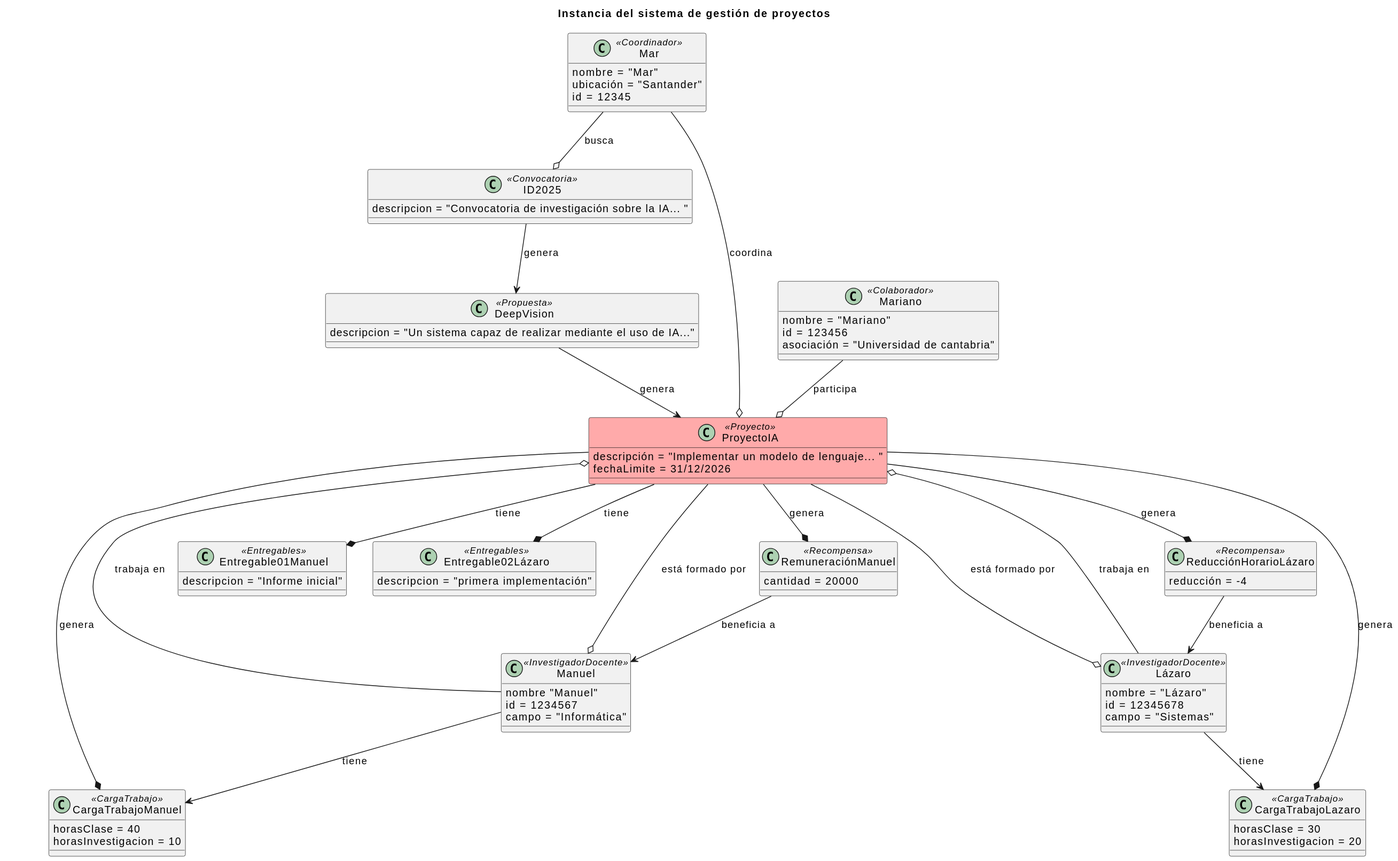
This is documentación/ModeloDelDominio/Imagenes/Objetos/ObjetosProyecto.svg from 31Diego/25-26-IdSw1-SdR, a PlantUML export, as it was before one commit.
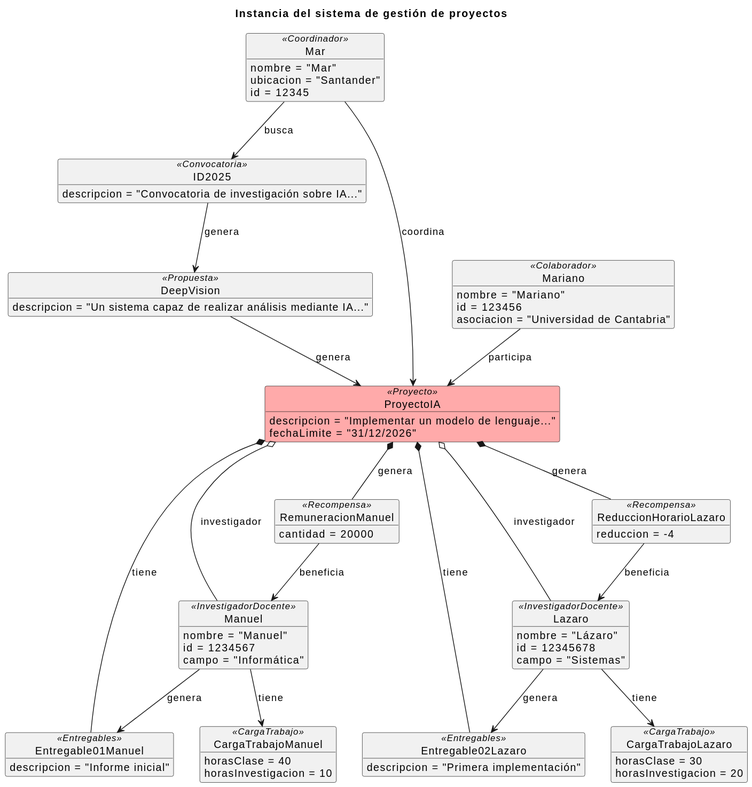
Later version of the same file.

Diff of the diagram source:
```diff
@@ -1,71 +1,65 @@
 @startuml
-title: Instancia del sistema de gestión de proyectos
+title Instancia del sistema de gestión de proyectos
 
-
-class ID2025 <<Convocatoria>> {
-    descripcion = "Convocatoria de investigación sobre la IA... "
+object ID2025 <<Convocatoria>> {
+    descripcion = "Convocatoria de investigación sobre IA..."
 }
 
-
-class DeepVision <<Propuesta>> {
-    descripcion = "Un sistema capaz de realizar mediante el uso de IA..."
+object DeepVision <<Propuesta>> {
+    descripcion = "Un sistema capaz de realizar análisis mediante IA..."
 }
 
-
-class ProyectoIA <<Proyecto>> #FFAAAA{
-    descripción = "Implementar un modelo de lenguaje... "
-    fechaLimite = 31/12/2026
+object ProyectoIA <<Proyecto>> #FFAAAA {
+    descripcion = "Implementar un modelo de lenguaje..."
+    fechaLimite = "31/12/2026"
 }
 
-
-class Manuel <<InvestigadorDocente>> {
-    nombre "Manuel"
+object Manuel <<InvestigadorDocente>> {
+    nombre = "Manuel"
     id = 1234567
     campo = "Informática"
 }
 
-class Lázaro <<InvestigadorDocente>> {
+object Lazaro <<InvestigadorDocente>> {
     nombre = "Lázaro"
     id = 12345678
     campo = "Sistemas"
 }
 
-class Mar <<Coordinador>> {
+object Mar <<Coordinador>> {
     nombre = "Mar"
-    ubicación = "Santander"
+    ubicacion = "Santander"
     id = 12345
 }
 
-class Mariano <<Colaborador>> {
+object Mariano <<Colaborador>> {
     nombre = "Mariano"
     id = 123456
-    asociación = "Universidad de cantabria"
+    asociacion = "Universidad de Cantabria"
 }
 
-
-class Entregable01Manuel <<Entregables>> {
+object Entregable01Manuel <<Entregables>> {
     descripcion = "Informe inicial"
 }
 
-class Entregable02Lázaro <<Entregables>> {
-    descripcion = "primera implementación"
+object Entregable02Lazaro <<Entregables>> {
+    descripcion = "Primera implementación"
 }
 
-
-class RemuneraciónManuel <<Recompensa>> {
+object RemuneracionManuel <<Recompensa>> {
     cantidad = 20000
 }
 
-class ReducciónHorarioLázaro <<Recompensa>>{
-    reducción = -4
+object ReduccionHorarioLazaro <<Recompensa>> {
+    reduccion = -4
 }
 
-class CargaTrabajoManuel <<CargaTrabajo>>{
+object CargaTrabajoManuel <<CargaTrabajo>> {
     horasClase = 40
     horasInvestigacion = 10
 }
 
-class CargaTrabajoLazaro <<CargaTrabajo>>{
+object CargaTrabajoLazaro <<CargaTrabajo>> {
     horasClase = 30
     horasInvestigacion = 20
 }
@@ -74,30 +68,25 @@
 ID2025 --> DeepVision : genera
 DeepVision --> ProyectoIA : genera
 
+ProyectoIA o-- Manuel : investigador
+ProyectoIA o-- Lazaro : investigador
 
-ProyectoIA --o Manuel : está formado por
-ProyectoIA --o Lázaro : está formado por
-ProyectoIA --* Entregable01Manuel : tiene
-ProyectoIA --* RemuneraciónManuel: genera
-ProyectoIA --* ReducciónHorarioLázaro: genera
-ProyectoIA --* Entregable02Lázaro: tiene
-ProyectoIA --* CargaTrabajoLazaro: genera
-ProyectoIA --* CargaTrabajoManuel: genera
+ProyectoIA *-- Entregable01Manuel : tiene
+ProyectoIA *-- Entregable02Lazaro : tiene
 
+ProyectoIA *-- RemuneracionManuel : genera
+ProyectoIA *-- ReduccionHorarioLazaro : genera
 
-Mar --o ProyectoIA : coordina
-Mar --o ID2025 : busca
+Mar --> ProyectoIA : coordina
+Mar --> ID2025 : busca
 
-Mariano --o ProyectoIA : participa
+Mariano --> ProyectoIA : participa
 
+Manuel --> CargaTrabajoManuel : tiene
+Manuel --> Entregable01Manuel : genera
+Lazaro --> CargaTrabajoLazaro : tiene
+Lazaro --> Entregable02Lazaro : genera
 
-
-Manuel --o ProyectoIA : trabaja en
-Lázaro --o ProyectoIA : trabaja en
-Manuel --> CargaTrabajoManuel: tiene
-Lázaro --> CargaTrabajoLazaro: tiene
-
-
-RemuneraciónManuel --> Manuel: beneficia a
-ReducciónHorarioLázaro --> Lázaro: beneficia a
+RemuneracionManuel --> Manuel : beneficia
+ReduccionHorarioLazaro --> Lazaro : beneficia
 @enduml
```
